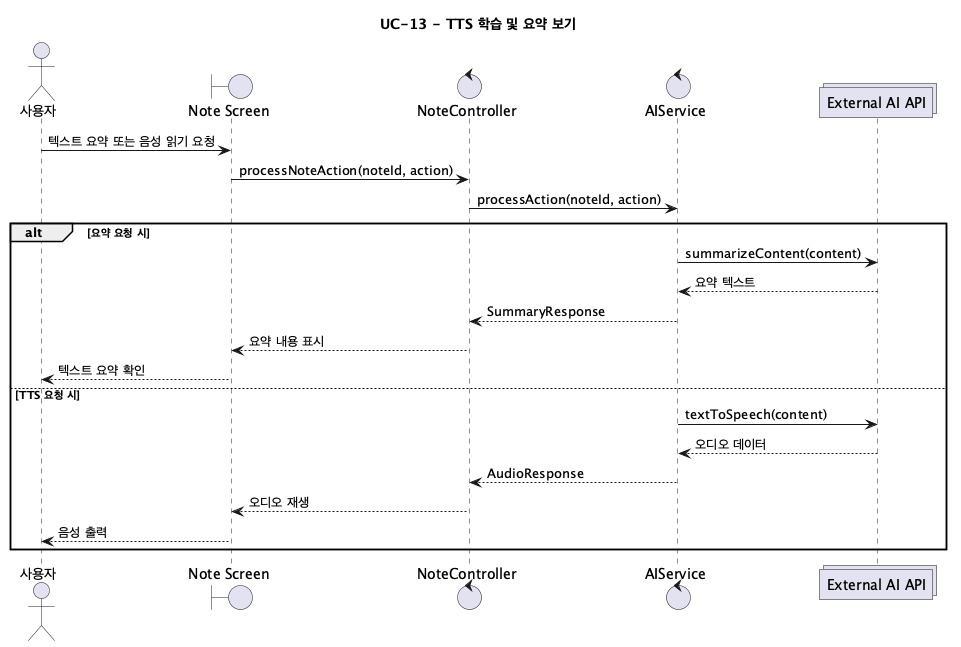
The PlantUML diagram screenshots/sequence-diagram/UC13_TTSAndSummary.png in jeongiryang/SoftwareEngineering_team15_project_-Smart-Edu-Platform, before a commit.
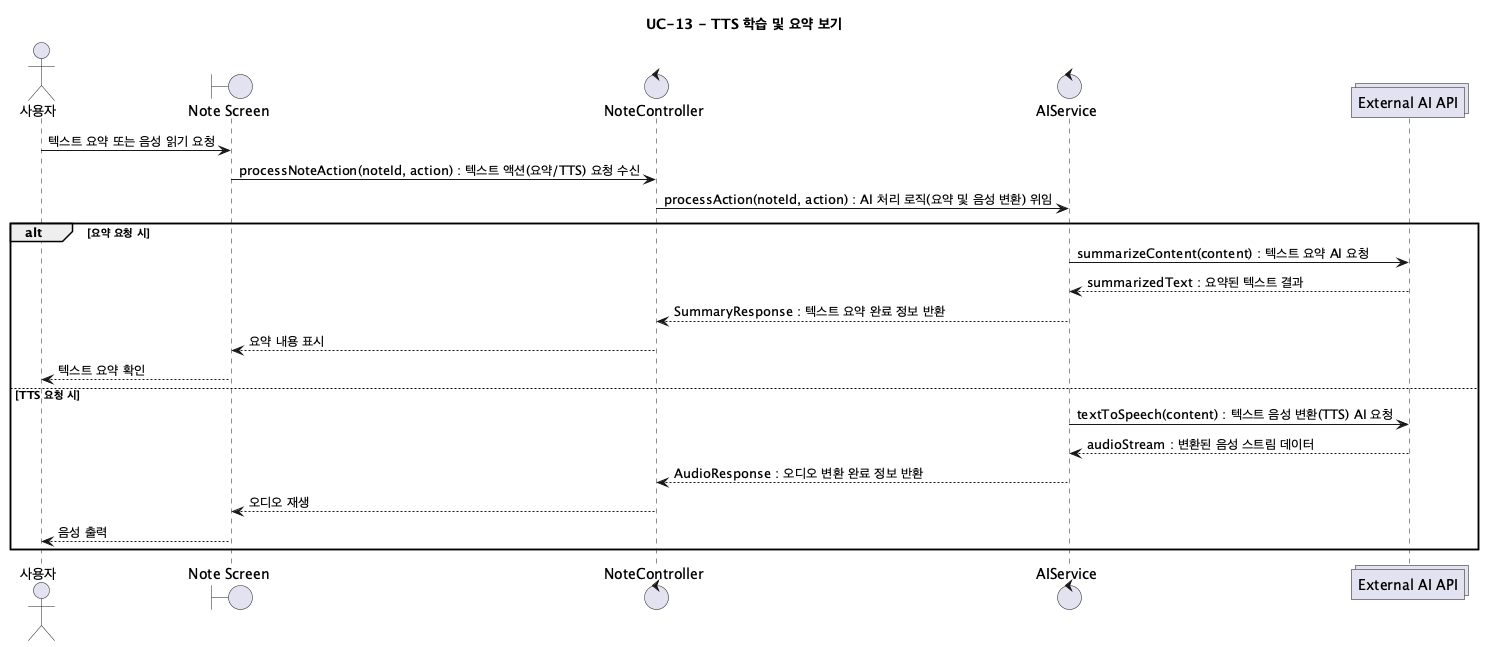
Above is the later version.

The edit, as a diff of the source:
```diff
@@ -8,19 +8,19 @@
 collections "External AI API" as ExternalAI
 
 User -> UI: 텍스트 요약 또는 음성 읽기 요청
-UI -> NoteController: processNoteAction(noteId, action)
-NoteController -> AIService: processAction(noteId, action)
+UI -> NoteController: processNoteAction(noteId, action) : 텍스트 액션(요약/TTS) 요청 수신
+NoteController -> AIService: processAction(noteId, action) : AI 처리 로직(요약 및 음성 변환) 위임
 
 alt 요약 요청 시
-  AIService -> ExternalAI: summarizeContent(content)
-  ExternalAI --> AIService: 요약 텍스트
-  AIService --> NoteController: SummaryResponse
+  AIService -> ExternalAI: summarizeContent(content) : 텍스트 요약 AI 요청
+  ExternalAI --> AIService: summarizedText : 요약된 텍스트 결과
+  AIService --> NoteController: SummaryResponse : 텍스트 요약 완료 정보 반환
   NoteController --> UI: 요약 내용 표시
   UI --> User: 텍스트 요약 확인
 else TTS 요청 시
-  AIService -> ExternalAI: textToSpeech(content)
-  ExternalAI --> AIService: 오디오 데이터
-  AIService --> NoteController: AudioResponse
+  AIService -> ExternalAI: textToSpeech(content) : 텍스트 음성 변환(TTS) AI 요청
+  ExternalAI --> AIService: audioStream : 변환된 음성 스트림 데이터
+  AIService --> NoteController: AudioResponse : 오디오 변환 완료 정보 반환
   NoteController --> UI: 오디오 재생
   UI --> User: 음성 출력
 end
```
